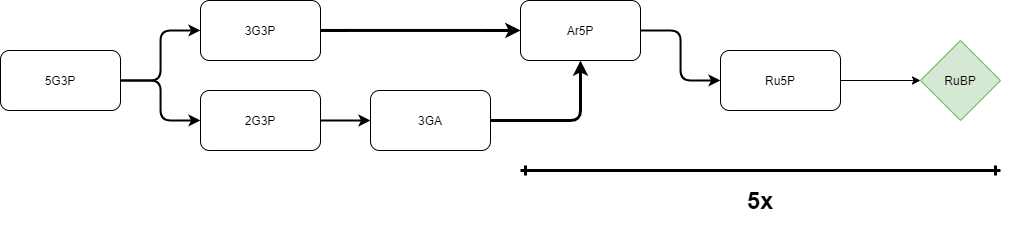
Above: src/assets/images/design/pathway.png in Kyle-L/iGEM-2021-Website (draw.io), before the change. Source tidied: cells renumbered, new cells last; positions are measured from the earlier drawing's top-left corner, leaving out a move shared by most shapes.
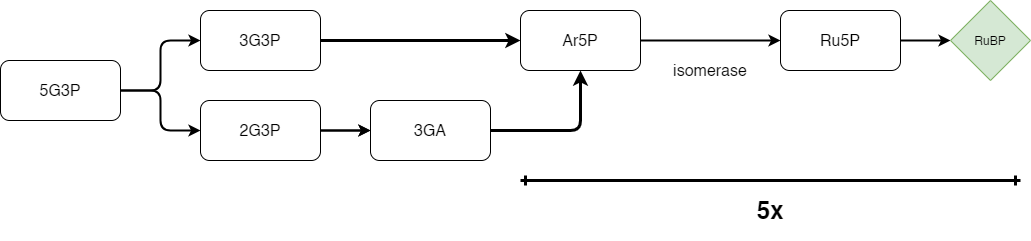
After the commit.

The edit, as a diff of the source:
```diff
@@ -18,7 +18,7 @@
         </Array>
       </mxGeometry>
     </mxCell>
-    <mxCell id="4" value="5G3P" style="rounded=1;whiteSpace=wrap;html=1;sketch=0;" parent="1" vertex="1">
+    <mxCell id="4" value="5G3P" style="rounded=1;whiteSpace=wrap;html=1;sketch=0;fontSize=16;" parent="1" vertex="1">
       <mxGeometry y="50" width="120" height="60" as="geometry" />
     </mxCell>
     <mxCell id="5" style="edgeStyle=orthogonalEdgeStyle;rounded=1;jettySize=auto;html=1;strokeWidth=3;sketch=0;" parent="1" edge="1" source="6" target="12">
@@ -29,44 +29,50 @@
         </Array>
       </mxGeometry>
     </mxCell>
-    <mxCell id="6" value="3G3P" style="rounded=1;whiteSpace=wrap;html=1;sketch=0;" parent="1" vertex="1">
+    <mxCell id="6" value="3G3P" style="rounded=1;whiteSpace=wrap;html=1;sketch=0;fontSize=16;" parent="1" vertex="1">
       <mxGeometry x="200" width="120" height="60" as="geometry" />
     </mxCell>
     <mxCell id="7" style="edgeStyle=orthogonalEdgeStyle;rounded=1;jettySize=auto;html=1;strokeWidth=2;sketch=0;" parent="1" edge="1" source="8" target="10">
       <mxGeometry relative="1" as="geometry" />
     </mxCell>
+    <mxCell id="18" style="edgeStyle=orthogonalEdgeStyle;rounded=0;jettySize=auto;html=1;fontSize=16;strokeWidth=2;" parent="1" edge="1" source="8" target="10">
+      <mxGeometry relative="1" as="geometry" />
+    </mxCell>
-    <mxCell id="8" value="2G3P" style="rounded=1;whiteSpace=wrap;html=1;sketch=0;" parent="1" vertex="1">
+    <mxCell id="8" value="2G3P" style="rounded=1;whiteSpace=wrap;html=1;sketch=0;fontSize=16;" parent="1" vertex="1">
       <mxGeometry x="200" y="90" width="120" height="60" as="geometry" />
     </mxCell>
     <mxCell id="9" style="edgeStyle=orthogonalEdgeStyle;rounded=1;jettySize=auto;html=1;strokeWidth=3;sketch=0;" parent="1" edge="1" source="10" target="12">
       <mxGeometry relative="1" as="geometry" />
     </mxCell>
-    <mxCell id="10" value="3GA" style="rounded=1;whiteSpace=wrap;html=1;sketch=0;" parent="1" vertex="1">
+    <mxCell id="10" value="3GA" style="rounded=1;whiteSpace=wrap;html=1;sketch=0;fontSize=16;" parent="1" vertex="1">
       <mxGeometry x="370" y="90" width="120" height="60" as="geometry" />
     </mxCell>
     <mxCell id="11" style="edgeStyle=orthogonalEdgeStyle;rounded=1;jettySize=auto;html=1;strokeWidth=2;sketch=0;" parent="1" edge="1" source="12" target="14">
       <mxGeometry relative="1" as="geometry" />
     </mxCell>
-    <mxCell id="12" value="Ar5P" style="rounded=1;whiteSpace=wrap;html=1;sketch=0;" parent="1" vertex="1">
+    <mxCell id="12" value="Ar5P" style="rounded=1;whiteSpace=wrap;html=1;sketch=0;fontSize=16;" parent="1" vertex="1">
       <mxGeometry x="520" width="120" height="60" as="geometry" />
     </mxCell>
-    <mxCell id="13" style="edgeStyle=orthogonalEdgeStyle;rounded=0;jettySize=auto;html=1;" parent="1" edge="1" source="14" target="17">
+    <mxCell id="13" style="edgeStyle=orthogonalEdgeStyle;rounded=0;jettySize=auto;html=1;strokeWidth=2;" parent="1" edge="1" source="14" target="17">
       <mxGeometry relative="1" as="geometry" />
     </mxCell>
-    <mxCell id="14" value="Ru5P" style="rounded=1;whiteSpace=wrap;html=1;sketch=0;" parent="1" vertex="1">
-      <mxGeometry x="720" y="50" width="120" height="60" as="geometry" />
+    <mxCell id="14" value="Ru5P" style="rounded=1;whiteSpace=wrap;html=1;sketch=0;fontSize=16;" parent="1" vertex="1">
+      <mxGeometry x="780" width="120" height="60" as="geometry" />
     </mxCell>
     <mxCell id="15" style="endArrow=ERone;startArrow=ERone;html=1;strokeWidth=3;startFill=0;endFill=0;sketch=0;" parent="1" edge="1">
       <mxGeometry relative="1" as="geometry">
-        <mxPoint x="1000" y="170" as="sourcePoint" />
+        <mxPoint x="1020" y="170" as="sourcePoint" />
         <mxPoint x="520" y="170" as="targetPoint" />
       </mxGeometry>
     </mxCell>
     <mxCell id="16" value="&lt;h1&gt;5x&lt;/h1&gt;" style="text;html=1;strokeColor=none;fillColor=none;align=center;verticalAlign=middle;whiteSpace=wrap;rounded=0;sketch=0;" parent="1" vertex="1">
-      <mxGeometry x="740" y="190" width="40" height="20" as="geometry" />
+      <mxGeometry x="750" y="190" width="40" height="20" as="geometry" />
     </mxCell>
     <mxCell id="17" value="RuBP" style="rhombus;whiteSpace=wrap;html=1;fillColor=#d5e8d4;strokeColor=#82b366;sketch=0;" parent="1" vertex="1">
-      <mxGeometry x="920" y="40" width="80" height="80" as="geometry" />
+      <mxGeometry x="950" y="-10" width="80" height="80" as="geometry" />
     </mxCell>
+    <mxCell id="19" value="&lt;font style=&quot;font-size: 16px;&quot;&gt;isomerase&lt;/font&gt;" style="text;html=1;strokeColor=none;fillColor=none;align=center;verticalAlign=middle;whiteSpace=wrap;rounded=0;fontSize=16;" parent="1" vertex="1">
+      <mxGeometry x="690" y="50" width="40" height="20" as="geometry" />
+    </mxCell>
   </root>
 </mxGraphModel>
```
